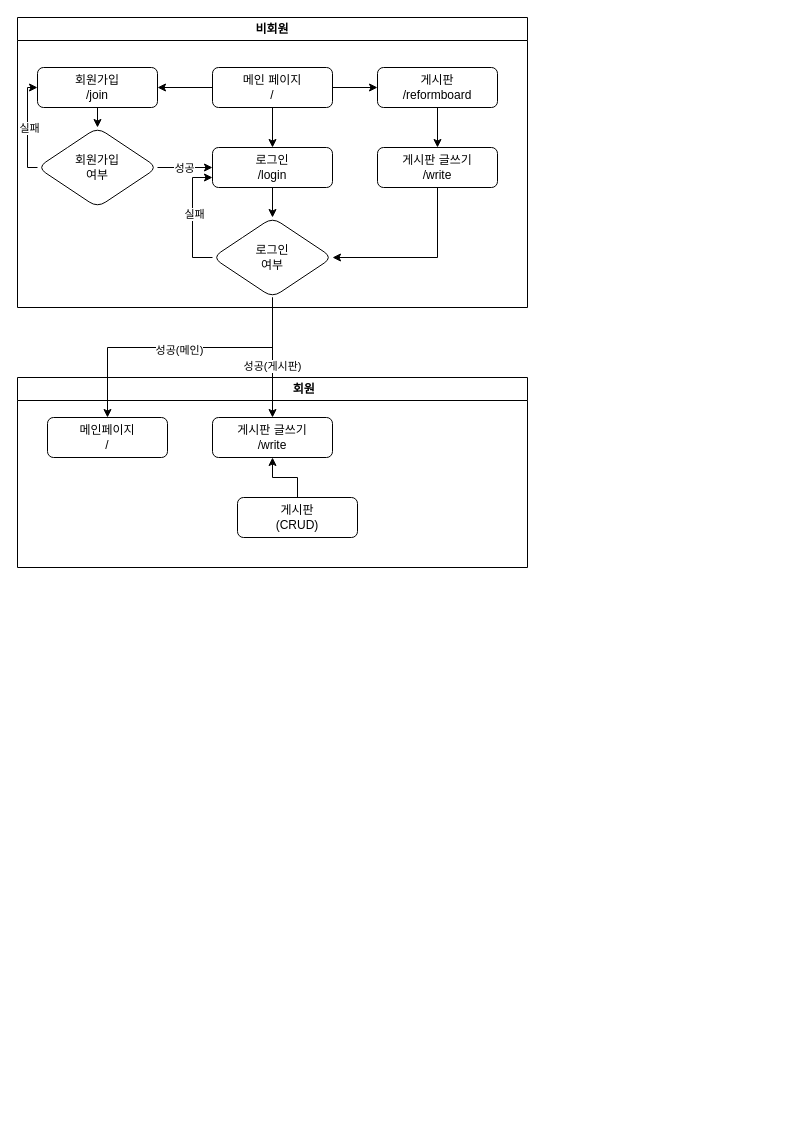
SJC-s/CanReform keeps this draw.io diagram as Diagram.drawio. Above is the earlier version. Source tidied: cells renumbered, new cells numbered last; positions are measured from the earlier drawing's top-left corner, leaving out a move shared by most shapes. Both pictures are drawn from the tidied source at 100%, with x=0, y=0 at pixel (17, 17).
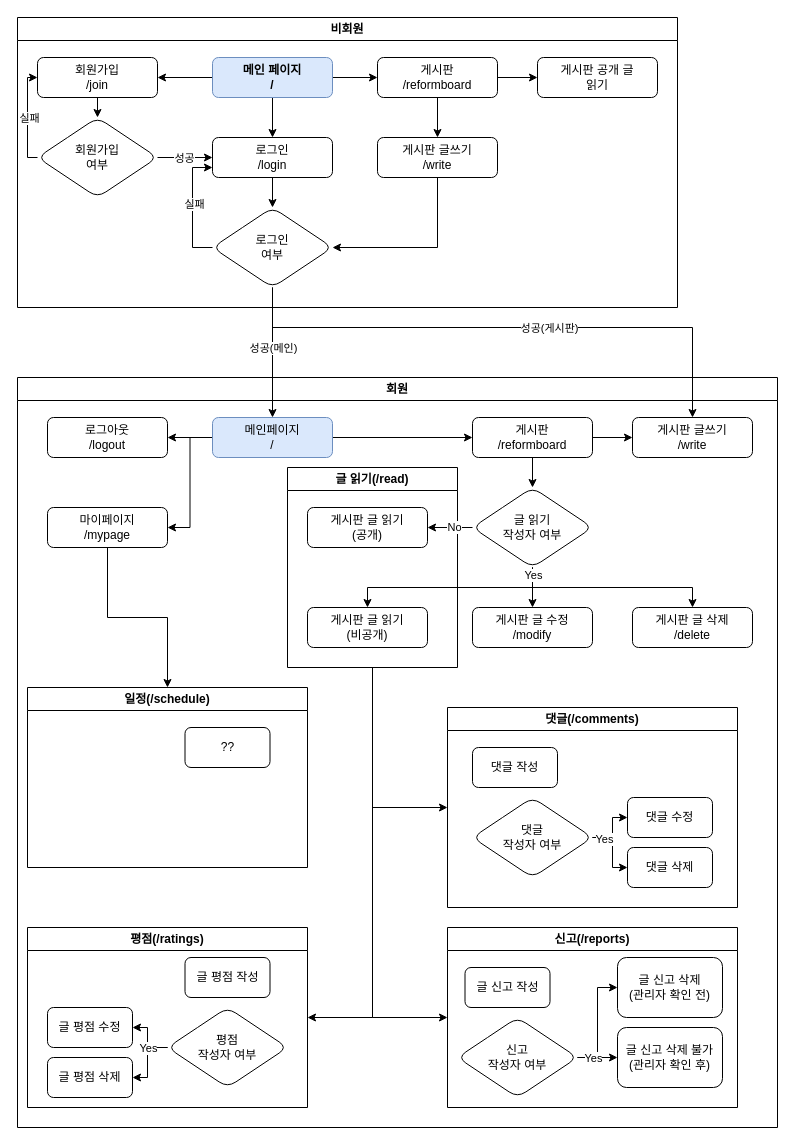
Above is the later version.

Change to the diagram source:
```diff
@@
     <mxCell id="2" value="비회원" style="swimlane;whiteSpace=wrap;html=1;" parent="1" vertex="1">
-      <mxGeometry width="510" height="290" as="geometry" />
+      <mxGeometry width="660" height="290" as="geometry" />
     </mxCell>
@@
-    <mxCell id="6" value="메인 페이지&lt;div&gt;/&lt;/div&gt;" style="rounded=1;whiteSpace=wrap;html=1;fontSize=12;glass=0;strokeWidth=1;shadow=0;" parent="2" vertex="1">
-      <mxGeometry x="195" y="50" width="120" height="40" as="geometry" />
+    <mxCell id="6" value="메인 페이지&lt;div style=&quot;font-size: 12px;&quot;&gt;/&lt;/div&gt;" style="rounded=1;whiteSpace=wrap;html=1;fontSize=12;glass=0;strokeWidth=1;shadow=0;fontStyle=1;labelBackgroundColor=none;fillColor=#dae8fc;strokeColor=#6c8ebf;" parent="2" vertex="1">
+      <mxGeometry x="195" y="40" width="120" height="40" as="geometry" />
     </mxCell>
@@
+    <mxCell id="32" style="edgeStyle=orthogonalEdgeStyle;rounded=0;jettySize=auto;html=1;" parent="2" edge="1" source="8" target="33">
+      <mxGeometry relative="1" as="geometry" />
+    </mxCell>
     <mxCell id="8" value="게시판&lt;div&gt;/reformboard&lt;/div&gt;" style="whiteSpace=wrap;html=1;rounded=1;glass=0;strokeWidth=1;shadow=0;" parent="2" vertex="1">
-      <mxGeometry x="360" y="50" width="120" height="40" as="geometry" />
+      <mxGeometry x="360" y="40" width="120" height="40" as="geometry" />
     </mxCell>
@@
     <mxCell id="11" value="로그인&lt;div&gt;여부&lt;/div&gt;" style="rhombus;whiteSpace=wrap;html=1;rounded=1;glass=0;strokeWidth=1;shadow=0;" parent="2" vertex="1">
-      <mxGeometry x="195" y="200" width="120" height="80" as="geometry" />
+      <mxGeometry x="195" y="190" width="120" height="80" as="geometry" />
     </mxCell>
@@
     <mxCell id="13" value="게시판 글쓰기&lt;div&gt;/write&lt;/div&gt;" style="whiteSpace=wrap;html=1;rounded=1;glass=0;strokeWidth=1;shadow=0;" parent="2" vertex="1">
-      <mxGeometry x="360" y="130" width="120" height="40" as="geometry" />
+      <mxGeometry x="360" y="120" width="120" height="40" as="geometry" />
     </mxCell>
@@
     <mxCell id="15" value="회원가입&lt;div&gt;/join&lt;/div&gt;" style="rounded=1;whiteSpace=wrap;html=1;fontSize=12;glass=0;strokeWidth=1;shadow=0;" parent="2" vertex="1">
-      <mxGeometry x="20" y="50" width="120" height="40" as="geometry" />
+      <mxGeometry x="20" y="40" width="120" height="40" as="geometry" />
     </mxCell>
@@
     <mxCell id="17" value="로그인&lt;div&gt;/login&lt;/div&gt;" style="whiteSpace=wrap;html=1;rounded=1;glass=0;strokeWidth=1;shadow=0;" parent="2" vertex="1">
-      <mxGeometry x="195" y="130" width="120" height="40" as="geometry" />
+      <mxGeometry x="195" y="120" width="120" height="40" as="geometry" />
     </mxCell>
@@
     <mxCell id="20" style="edgeStyle=orthogonalEdgeStyle;rounded=0;jettySize=auto;html=1;exitX=0;exitY=0.5;exitDx=0;exitDy=0;entryX=0;entryY=0.5;entryDx=0;entryDy=0;" parent="2" edge="1" source="22" target="15">
       <mxGeometry relative="1" as="geometry">
         <Array as="points">
-          <mxPoint x="10" y="150" />
-          <mxPoint x="10" y="70" />
+          <mxPoint x="10" y="140" />
+          <mxPoint x="10" y="60" />
         </Array>
       </mxGeometry>
     </mxCell>
@@
     <mxCell id="22" value="회원가입&lt;div&gt;여부&lt;/div&gt;" style="rhombus;whiteSpace=wrap;html=1;rounded=1;glass=0;strokeWidth=1;shadow=0;" parent="2" vertex="1">
-      <mxGeometry x="20" y="110" width="120" height="80" as="geometry" />
+      <mxGeometry x="20" y="100" width="120" height="80" as="geometry" />
     </mxCell>
+    <mxCell id="33" value="게시판 공개&amp;nbsp;&lt;span style=&quot;background-color: initial;&quot;&gt;글&lt;/span&gt;&lt;div&gt;&lt;span style=&quot;background-color: initial;&quot;&gt;읽기&lt;/span&gt;&lt;/div&gt;" style="whiteSpace=wrap;html=1;rounded=1;glass=0;strokeWidth=1;shadow=0;" parent="2" vertex="1">
+      <mxGeometry x="520" y="40" width="120" height="40" as="geometry" />
+    </mxCell>
-    <mxCell id="23" value="&amp;nbsp; &amp;nbsp; &amp;nbsp; &amp;nbsp; &amp;nbsp; &amp;nbsp; &amp;nbsp; &amp;nbsp; &amp;nbsp; &amp;nbsp;회원" style="swimlane;whiteSpace=wrap;html=1;" parent="1" vertex="1">
-      <mxGeometry y="360" width="510" height="190" as="geometry" />
+    <mxCell id="23" value="회원" style="swimlane;whiteSpace=wrap;html=1;" parent="1" vertex="1">
+      <mxGeometry y="360" width="760" height="750" as="geometry" />
     </mxCell>
+    <mxCell id="34" style="edgeStyle=orthogonalEdgeStyle;rounded=0;jettySize=auto;html=1;exitX=0.5;exitY=1;exitDx=0;exitDy=0;entryX=0;entryY=0.5;entryDx=0;entryDy=0;" parent="23" edge="1" source="37" target="58">
+      <mxGeometry relative="1" as="geometry" />
+    </mxCell>
+    <mxCell id="35" style="edgeStyle=orthogonalEdgeStyle;rounded=0;jettySize=auto;html=1;exitX=0.5;exitY=1;exitDx=0;exitDy=0;entryX=1;entryY=0.5;entryDx=0;entryDy=0;" parent="23" edge="1" source="37" target="66">
+      <mxGeometry relative="1" as="geometry" />
+    </mxCell>
+    <mxCell id="36" style="edgeStyle=orthogonalEdgeStyle;rounded=0;jettySize=auto;html=1;exitX=0.5;exitY=1;exitDx=0;exitDy=0;entryX=0;entryY=0.5;entryDx=0;entryDy=0;" parent="23" edge="1" source="37" target="74">
+      <mxGeometry relative="1" as="geometry" />
+    </mxCell>
+    <mxCell id="37" value="글 읽기(/read)" style="swimlane;whiteSpace=wrap;html=1;" parent="23" vertex="1">
+      <mxGeometry x="270" y="90" width="170" height="200" as="geometry" />
+    </mxCell>
+    <mxCell id="38" style="edgeStyle=orthogonalEdgeStyle;rounded=0;jettySize=auto;html=1;exitX=0.5;exitY=1;exitDx=0;exitDy=0;" parent="23" edge="1" source="51" target="53">
+      <mxGeometry relative="1" as="geometry" />
+    </mxCell>
+    <mxCell id="39" style="edgeStyle=orthogonalEdgeStyle;rounded=0;jettySize=auto;html=1;exitX=0.5;exitY=1;exitDx=0;exitDy=0;entryX=0.5;entryY=0;entryDx=0;entryDy=0;" parent="23" edge="1" source="51" target="55">
+      <mxGeometry relative="1" as="geometry" />
+    </mxCell>
+    <mxCell id="40" style="edgeStyle=orthogonalEdgeStyle;rounded=0;jettySize=auto;html=1;" parent="23" edge="1" source="24" target="46">
+      <mxGeometry relative="1" as="geometry" />
+    </mxCell>
+    <mxCell id="41" style="edgeStyle=orthogonalEdgeStyle;rounded=0;jettySize=auto;html=1;" parent="23" edge="1" source="24" target="45">
+      <mxGeometry relative="1" as="geometry" />
+    </mxCell>
+    <mxCell id="42" style="edgeStyle=orthogonalEdgeStyle;rounded=0;jettySize=auto;html=1;exitX=0;exitY=0.5;exitDx=0;exitDy=0;entryX=1;entryY=0.5;entryDx=0;entryDy=0;" parent="23" edge="1" source="24" target="57">
+      <mxGeometry relative="1" as="geometry" />
+    </mxCell>
-    <mxCell id="24" value="메인페이지&lt;div&gt;/&lt;/div&gt;" style="rounded=1;whiteSpace=wrap;html=1;fontSize=12;glass=0;strokeWidth=1;shadow=0;" parent="23" vertex="1">
-      <mxGeometry x="30" y="40" width="120" height="40" as="geometry" />
+    <mxCell id="24" value="메인페이지&lt;div&gt;/&lt;/div&gt;" style="rounded=1;whiteSpace=wrap;html=1;fontSize=12;glass=0;strokeWidth=1;shadow=0;fillColor=#dae8fc;strokeColor=#6c8ebf;" parent="23" vertex="1">
+      <mxGeometry x="195" y="40" width="120" height="40" as="geometry" />
     </mxCell>
-    <mxCell id="25" value="게시판&lt;div&gt;(CRUD)&lt;/div&gt;" style="whiteSpace=wrap;html=1;rounded=1;glass=0;strokeWidth=1;shadow=0;" parent="23" vertex="1">
-      <mxGeometry x="220" y="120" width="120" height="40" as="geometry" />
-    </mxCell>
     <mxCell id="26" value="게시판 글쓰기&lt;div&gt;/write&lt;/div&gt;" style="whiteSpace=wrap;html=1;rounded=1;glass=0;strokeWidth=1;shadow=0;" parent="23" vertex="1">
-      <mxGeometry x="195" y="40" width="120" height="40" as="geometry" />
+      <mxGeometry x="615" y="40" width="120" height="40" as="geometry" />
     </mxCell>
-    <mxCell id="27" style="edgeStyle=orthogonalEdgeStyle;rounded=0;jettySize=auto;html=1;" parent="23" edge="1" source="25" target="26">
-      <mxGeometry relative="1" as="geometry" />
-    </mxCell>
+    <mxCell id="43" style="edgeStyle=orthogonalEdgeStyle;rounded=0;jettySize=auto;html=1;" parent="23" edge="1" source="45" target="26">
+      <mxGeometry relative="1" as="geometry" />
+    </mxCell>
+    <mxCell id="44" style="edgeStyle=orthogonalEdgeStyle;rounded=0;jettySize=auto;html=1;" parent="23" edge="1" source="45" target="51">
+      <mxGeometry relative="1" as="geometry" />
+    </mxCell>
+    <mxCell id="45" value="게시판&lt;div&gt;/reformboard&lt;/div&gt;" style="whiteSpace=wrap;html=1;rounded=1;glass=0;strokeWidth=1;shadow=0;" parent="23" vertex="1">
+      <mxGeometry x="455" y="40" width="120" height="40" as="geometry" />
+    </mxCell>
+    <mxCell id="46" value="로그아웃&lt;div&gt;/logout&lt;/div&gt;" style="whiteSpace=wrap;html=1;rounded=1;glass=0;strokeWidth=1;shadow=0;" parent="23" vertex="1">
+      <mxGeometry x="30" y="40" width="120" height="40" as="geometry" />
+    </mxCell>
+    <mxCell id="47" style="edgeStyle=orthogonalEdgeStyle;rounded=0;jettySize=auto;html=1;" parent="23" edge="1" source="51" target="52">
+      <mxGeometry relative="1" as="geometry" />
+    </mxCell>
+    <mxCell id="48" value="No" style="edgeLabel;html=1;align=center;verticalAlign=middle;" parent="47" vertex="1">
+      <mxGeometry x="-0.15" y="-1" relative="1" as="geometry" />
+    </mxCell>
+    <mxCell id="49" style="edgeStyle=orthogonalEdgeStyle;rounded=0;jettySize=auto;html=1;" parent="23" edge="1" source="51" target="54">
+      <mxGeometry relative="1" as="geometry" />
+    </mxCell>
+    <mxCell id="50" value="Yes" style="edgeLabel;html=1;align=center;verticalAlign=middle;" parent="49" vertex="1">
+      <mxGeometry x="-0.66" relative="1" as="geometry" />
+    </mxCell>
+    <mxCell id="51" value="글 읽기&lt;div&gt;작성자 여부&lt;/div&gt;" style="rhombus;whiteSpace=wrap;html=1;rounded=1;glass=0;strokeWidth=1;shadow=0;" parent="23" vertex="1">
+      <mxGeometry x="455" y="110" width="120" height="80" as="geometry" />
+    </mxCell>
+    <mxCell id="52" value="게시판 글 읽기&lt;div&gt;(공개)&lt;/div&gt;" style="whiteSpace=wrap;html=1;rounded=1;glass=0;strokeWidth=1;shadow=0;" parent="23" vertex="1">
+      <mxGeometry x="290" y="130" width="120" height="40" as="geometry" />
+    </mxCell>
+    <mxCell id="53" value="게시판 글 읽기&lt;div&gt;(비공개)&lt;/div&gt;" style="whiteSpace=wrap;html=1;rounded=1;glass=0;strokeWidth=1;shadow=0;" parent="23" vertex="1">
+      <mxGeometry x="290" y="230" width="120" height="40" as="geometry" />
+    </mxCell>
+    <mxCell id="54" value="게시판 글 수정&lt;div&gt;/modify&lt;/div&gt;" style="whiteSpace=wrap;html=1;rounded=1;glass=0;strokeWidth=1;shadow=0;" parent="23" vertex="1">
+      <mxGeometry x="455" y="230" width="120" height="40" as="geometry" />
+    </mxCell>
+    <mxCell id="55" value="게시판 글 삭제&lt;div&gt;/delete&lt;/div&gt;" style="whiteSpace=wrap;html=1;rounded=1;glass=0;strokeWidth=1;shadow=0;" parent="23" vertex="1">
+      <mxGeometry x="615" y="230" width="120" height="40" as="geometry" />
+    </mxCell>
+    <mxCell id="56" style="edgeStyle=orthogonalEdgeStyle;rounded=0;jettySize=auto;html=1;exitX=0.5;exitY=1;exitDx=0;exitDy=0;entryX=0.5;entryY=0;entryDx=0;entryDy=0;" parent="23" edge="1" source="57" target="82">
+      <mxGeometry relative="1" as="geometry" />
+    </mxCell>
+    <mxCell id="57" value="마이페이지&lt;div&gt;/mypage&lt;/div&gt;" style="whiteSpace=wrap;html=1;rounded=1;glass=0;strokeWidth=1;shadow=0;" parent="23" vertex="1">
+      <mxGeometry x="30" y="130" width="120" height="40" as="geometry" />
+    </mxCell>
+    <mxCell id="58" value="댓글(/&lt;span style=&quot;background-color: initial;&quot;&gt;comments)&lt;/span&gt;" style="swimlane;whiteSpace=wrap;html=1;" parent="23" vertex="1">
+      <mxGeometry x="430" y="330" width="290" height="200" as="geometry" />
+    </mxCell>
+    <mxCell id="59" value="댓글 작성" style="whiteSpace=wrap;html=1;rounded=1;glass=0;strokeWidth=1;shadow=0;" parent="58" vertex="1">
+      <mxGeometry x="25" y="40" width="85" height="40" as="geometry" />
+    </mxCell>
+    <mxCell id="60" value="댓글 수정" style="whiteSpace=wrap;html=1;rounded=1;glass=0;strokeWidth=1;shadow=0;" parent="58" vertex="1">
+      <mxGeometry x="180" y="90" width="85" height="40" as="geometry" />
+    </mxCell>
+    <mxCell id="61" value="댓글 삭제" style="whiteSpace=wrap;html=1;rounded=1;glass=0;strokeWidth=1;shadow=0;" parent="58" vertex="1">
+      <mxGeometry x="180" y="140" width="85" height="40" as="geometry" />
+    </mxCell>
+    <mxCell id="62" style="edgeStyle=orthogonalEdgeStyle;rounded=0;jettySize=auto;html=1;exitX=1;exitY=0.5;exitDx=0;exitDy=0;entryX=0;entryY=0.5;entryDx=0;entryDy=0;" parent="58" edge="1" source="65" target="60">
+      <mxGeometry relative="1" as="geometry" />
+    </mxCell>
+    <mxCell id="63" style="edgeStyle=orthogonalEdgeStyle;rounded=0;jettySize=auto;html=1;exitX=1;exitY=0.5;exitDx=0;exitDy=0;entryX=0;entryY=0.5;entryDx=0;entryDy=0;" parent="58" edge="1" source="65" target="61">
+      <mxGeometry relative="1" as="geometry" />
+    </mxCell>
+    <mxCell id="64" value="Yes" style="edgeLabel;html=1;align=center;verticalAlign=middle;" parent="63" vertex="1">
+      <mxGeometry x="-0.67" y="-1" relative="1" as="geometry" />
+    </mxCell>
+    <mxCell id="65" value="댓글&lt;div&gt;작성자 여부&lt;/div&gt;" style="rhombus;whiteSpace=wrap;html=1;rounded=1;glass=0;strokeWidth=1;shadow=0;" parent="58" vertex="1">
+      <mxGeometry x="25" y="90" width="120" height="80" as="geometry" />
+    </mxCell>
+    <mxCell id="66" value="평점(/ratings&lt;span style=&quot;background-color: initial;&quot;&gt;)&lt;/span&gt;" style="swimlane;whiteSpace=wrap;html=1;" parent="23" vertex="1">
+      <mxGeometry x="10" y="550" width="280" height="180" as="geometry" />
+    </mxCell>
+    <mxCell id="67" value="글 평점 작성" style="whiteSpace=wrap;html=1;rounded=1;glass=0;strokeWidth=1;shadow=0;" parent="66" vertex="1">
+      <mxGeometry x="157.5" y="30" width="85" height="40" as="geometry" />
+    </mxCell>
+    <mxCell id="68" style="edgeStyle=orthogonalEdgeStyle;rounded=0;jettySize=auto;html=1;exitX=0;exitY=0.5;exitDx=0;exitDy=0;entryX=1;entryY=0.5;entryDx=0;entryDy=0;" parent="66" edge="1" source="71" target="72">
+      <mxGeometry relative="1" as="geometry" />
+    </mxCell>
+    <mxCell id="69" style="edgeStyle=orthogonalEdgeStyle;rounded=0;jettySize=auto;html=1;exitX=0;exitY=0.5;exitDx=0;exitDy=0;entryX=1;entryY=0.5;entryDx=0;entryDy=0;" parent="66" edge="1" source="71" target="73">
+      <mxGeometry relative="1" as="geometry" />
+    </mxCell>
+    <mxCell id="70" value="Yes" style="edgeLabel;html=1;align=center;verticalAlign=middle;" parent="69" vertex="1">
+      <mxGeometry x="-0.03" y="-2" relative="1" as="geometry">
+        <mxPoint x="2" y="-12" as="offset" />
+      </mxGeometry>
+    </mxCell>
+    <mxCell id="71" value="&lt;div&gt;평점&lt;/div&gt;&lt;div&gt;작성자 여부&lt;/div&gt;" style="rhombus;whiteSpace=wrap;html=1;rounded=1;glass=0;strokeWidth=1;shadow=0;" parent="66" vertex="1">
+      <mxGeometry x="140" y="80" width="120" height="80" as="geometry" />
+    </mxCell>
+    <mxCell id="72" value="글 평점 수정" style="whiteSpace=wrap;html=1;rounded=1;glass=0;strokeWidth=1;shadow=0;" parent="66" vertex="1">
+      <mxGeometry x="20" y="80" width="85" height="40" as="geometry" />
+    </mxCell>
+    <mxCell id="73" value="글 평점 삭제" style="whiteSpace=wrap;html=1;rounded=1;glass=0;strokeWidth=1;shadow=0;" parent="66" vertex="1">
+      <mxGeometry x="20" y="130" width="85" height="40" as="geometry" />
+    </mxCell>
+    <mxCell id="74" value="신고(/reports&lt;span style=&quot;background-color: initial;&quot;&gt;)&lt;/span&gt;" style="swimlane;whiteSpace=wrap;html=1;" parent="23" vertex="1">
+      <mxGeometry x="430" y="550" width="290" height="180" as="geometry" />
+    </mxCell>
+    <mxCell id="75" style="edgeStyle=orthogonalEdgeStyle;rounded=0;jettySize=auto;html=1;exitX=1;exitY=0.5;exitDx=0;exitDy=0;" parent="74" edge="1" source="79" target="81">
+      <mxGeometry relative="1" as="geometry" />
+    </mxCell>
+    <mxCell id="76" value="글 신고 작성" style="whiteSpace=wrap;html=1;rounded=1;glass=0;strokeWidth=1;shadow=0;" parent="74" vertex="1">
+      <mxGeometry x="17.5" y="40" width="85" height="40" as="geometry" />
+    </mxCell>
+    <mxCell id="77" style="edgeStyle=orthogonalEdgeStyle;rounded=0;jettySize=auto;html=1;" parent="74" edge="1" source="79" target="80">
+      <mxGeometry relative="1" as="geometry" />
+    </mxCell>
+    <mxCell id="78" value="Yes" style="edgeLabel;html=1;align=center;verticalAlign=middle;" parent="77" vertex="1">
+      <mxGeometry x="0.2" y="1" relative="1" as="geometry">
+        <mxPoint x="-9" y="1" as="offset" />
+      </mxGeometry>
+    </mxCell>
+    <mxCell id="79" value="&lt;div&gt;신고&lt;/div&gt;&lt;div&gt;작성자 여부&lt;/div&gt;" style="rhombus;whiteSpace=wrap;html=1;rounded=1;glass=0;strokeWidth=1;shadow=0;" parent="74" vertex="1">
+      <mxGeometry x="10" y="90" width="120" height="80" as="geometry" />
+    </mxCell>
+    <mxCell id="80" value="글 신고 삭제 불가&lt;div&gt;(관리자 확인 후)&lt;/div&gt;" style="whiteSpace=wrap;html=1;rounded=1;glass=0;strokeWidth=1;shadow=0;" parent="74" vertex="1">
+      <mxGeometry x="170" y="100" width="105" height="60" as="geometry" />
+    </mxCell>
+    <mxCell id="81" value="글 신고 삭제&lt;div&gt;(관리자 확인 전)&lt;/div&gt;" style="whiteSpace=wrap;html=1;rounded=1;glass=0;strokeWidth=1;shadow=0;" parent="74" vertex="1">
+      <mxGeometry x="170" y="30" width="105" height="60" as="geometry" />
+    </mxCell>
+    <mxCell id="82" value="일정(/schedule&lt;span style=&quot;background-color: initial;&quot;&gt;)&lt;/span&gt;" style="swimlane;whiteSpace=wrap;html=1;" parent="23" vertex="1">
+      <mxGeometry x="10" y="310" width="280" height="180" as="geometry" />
+    </mxCell>
+    <mxCell id="83" value="??" style="whiteSpace=wrap;html=1;rounded=1;glass=0;strokeWidth=1;shadow=0;" parent="82" vertex="1">
+      <mxGeometry x="157.5" y="40" width="85" height="40" as="geometry" />
+    </mxCell>
     <mxCell id="28" style="edgeStyle=orthogonalEdgeStyle;rounded=0;jettySize=auto;html=1;exitX=0.5;exitY=1;exitDx=0;exitDy=0;" parent="1" edge="1" source="11" target="24">
       <mxGeometry relative="1" as="geometry">
         <Array as="points">
-          <mxPoint x="255" y="330" />
-          <mxPoint x="90" y="330" />
+          <mxPoint x="255" y="360" />
+          <mxPoint x="255" y="360" />
         </Array>
       </mxGeometry>
     </mxCell>
     <mxCell id="29" value="성공(메인)" style="edgeLabel;html=1;align=center;verticalAlign=middle;" parent="28" vertex="1">
-      <mxGeometry x="0.01" y="2" relative="1" as="geometry" />
+      <mxGeometry x="0.01" y="2" relative="1" as="geometry">
+        <mxPoint x="-2" y="-6" as="offset" />
+      </mxGeometry>
     </mxCell>
-    <mxCell id="30" style="edgeStyle=orthogonalEdgeStyle;rounded=0;jettySize=auto;html=1;exitX=0.5;exitY=1;exitDx=0;exitDy=0;" parent="1" edge="1" source="11" target="26">
-      <mxGeometry relative="1" as="geometry" />
+    <mxCell id="30" style="edgeStyle=orthogonalEdgeStyle;rounded=0;jettySize=auto;html=1;exitX=0.5;exitY=1;exitDx=0;exitDy=0;entryX=0.5;entryY=0;entryDx=0;entryDy=0;" parent="1" edge="1" source="11" target="26">
+      <mxGeometry relative="1" as="geometry">
+        <Array as="points">
+          <mxPoint x="255" y="310" />
+          <mxPoint x="675" y="310" />
+        </Array>
+      </mxGeometry>
     </mxCell>
     <mxCell id="31" value="성공(게시판)" style="edgeLabel;html=1;align=center;verticalAlign=middle;" parent="30" vertex="1">
-      <mxGeometry x="0.14" y="-1" relative="1" as="geometry" />
+      <mxGeometry x="0.15" relative="1" as="geometry" />
     </mxCell>
```
